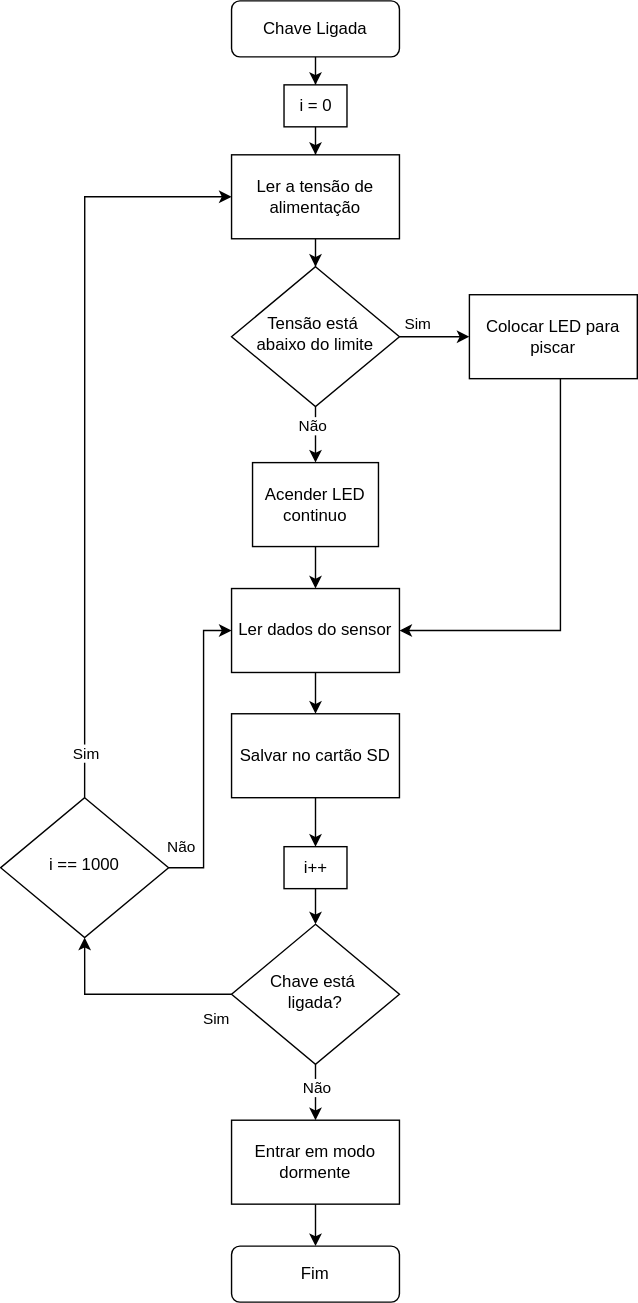
The draw.io diagram projetos/tennistracker/fluxograma_2.svg in teaching-FEEC/ea075-2024.1, before a commit. Source tidied: cells renumbered, new cells last; positions are measured from the earlier drawing's top-left corner, leaving out a move shared by most shapes.
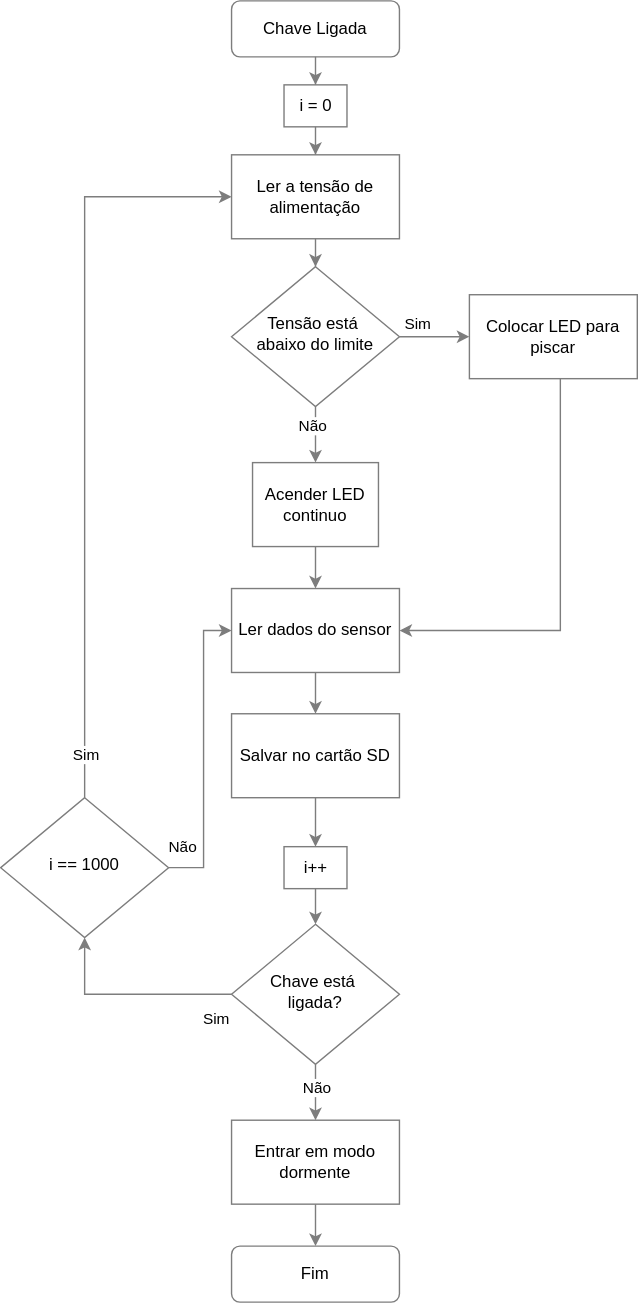
The same file after the commit.

The edit, as a diff of the source:
```diff
@@ -2,13 +2,13 @@
   <root>
     <mxCell id="0" />
     <mxCell id="1" parent="0" />
-    <mxCell id="2" style="edgeStyle=orthogonalEdgeStyle;rounded=0;jettySize=auto;html=1;entryX=0.5;entryY=0;entryDx=0;entryDy=0;" parent="1" edge="1" source="3" target="28">
+    <mxCell id="2" style="edgeStyle=orthogonalEdgeStyle;rounded=0;jettySize=auto;html=1;entryX=0.5;entryY=0;entryDx=0;entryDy=0;strokeColor=#7D7D7D;" parent="1" edge="1" source="3" target="28">
       <mxGeometry relative="1" as="geometry" />
     </mxCell>
-    <mxCell id="3" value="Chave Ligada" style="rounded=1;whiteSpace=wrap;html=1;fontSize=12;glass=0;strokeWidth=1;shadow=0;" parent="1" vertex="1">
+    <mxCell id="3" value="Chave Ligada" style="rounded=1;whiteSpace=wrap;html=1;fontSize=12;glass=0;strokeWidth=1;shadow=0;fillColor=none;strokeColor=#7D7D7D;" parent="1" vertex="1">
       <mxGeometry x="165" width="120" height="40" as="geometry" />
     </mxCell>
-    <mxCell id="4" style="edgeStyle=orthogonalEdgeStyle;rounded=0;jettySize=auto;html=1;entryX=0.5;entryY=0;entryDx=0;entryDy=0;exitX=0.5;exitY=1;exitDx=0;exitDy=0;" parent="1" edge="1" source="8" target="35">
+    <mxCell id="4" style="edgeStyle=orthogonalEdgeStyle;rounded=0;jettySize=auto;html=1;entryX=0.5;entryY=0;entryDx=0;entryDy=0;exitX=0.5;exitY=1;exitDx=0;exitDy=0;strokeColor=#7D7D7D;" parent="1" edge="1" source="8" target="35">
       <mxGeometry relative="1" as="geometry">
         <Array as="points">
           <mxPoint x="225" y="300" />
@@ -21,7 +21,7 @@
         <mxPoint x="-4" y="-9" as="offset" />
       </mxGeometry>
     </mxCell>
-    <mxCell id="6" style="edgeStyle=orthogonalEdgeStyle;rounded=0;jettySize=auto;html=1;entryX=0;entryY=0.5;entryDx=0;entryDy=0;" parent="1" edge="1" source="8" target="14">
+    <mxCell id="6" style="edgeStyle=orthogonalEdgeStyle;rounded=0;jettySize=auto;html=1;entryX=0;entryY=0.5;entryDx=0;entryDy=0;strokeColor=#7D7D7D;" parent="1" edge="1" source="8" target="14">
       <mxGeometry relative="1" as="geometry" />
     </mxCell>
     <mxCell id="7" value="Sim" style="edgeLabel;html=1;align=center;verticalAlign=middle;" parent="6" vertex="1">
@@ -29,38 +29,38 @@
         <mxPoint x="-10" y="-13" as="offset" />
       </mxGeometry>
     </mxCell>
-    <mxCell id="8" value="Tensão &lt;span style=&quot;background-color: initial;&quot;&gt;está&amp;nbsp;&lt;/span&gt;&lt;div&gt;abaixo do limite&lt;/div&gt;" style="rhombus;whiteSpace=wrap;html=1;shadow=0;fontFamily=Helvetica;fontSize=12;align=center;strokeWidth=1;spacing=6;spacingTop=-4;" parent="1" vertex="1">
+    <mxCell id="8" value="Tensão &lt;span style=&quot;background-color: initial;&quot;&gt;está&amp;nbsp;&lt;/span&gt;&lt;div&gt;abaixo do limite&lt;/div&gt;" style="rhombus;whiteSpace=wrap;html=1;shadow=0;fontFamily=Helvetica;fontSize=12;align=center;strokeWidth=1;spacing=6;spacingTop=-4;fillColor=none;strokeColor=#7D7D7D;" parent="1" vertex="1">
       <mxGeometry x="165" y="190" width="120" height="100" as="geometry" />
     </mxCell>
-    <mxCell id="9" style="edgeStyle=orthogonalEdgeStyle;rounded=0;jettySize=auto;html=1;entryX=0.5;entryY=0;entryDx=0;entryDy=0;" parent="1" edge="1" source="10" target="12">
+    <mxCell id="9" style="edgeStyle=orthogonalEdgeStyle;rounded=0;jettySize=auto;html=1;entryX=0.5;entryY=0;entryDx=0;entryDy=0;strokeColor=#7D7D7D;" parent="1" edge="1" source="10" target="12">
       <mxGeometry relative="1" as="geometry" />
     </mxCell>
-    <mxCell id="10" value="Ler dados do sensor" style="rounded=0;whiteSpace=wrap;html=1;" parent="1" vertex="1">
+    <mxCell id="10" value="Ler dados do sensor" style="rounded=0;whiteSpace=wrap;html=1;fillColor=none;strokeColor=#7D7D7D;" parent="1" vertex="1">
       <mxGeometry x="165" y="420" width="120" height="60" as="geometry" />
     </mxCell>
-    <mxCell id="11" style="edgeStyle=orthogonalEdgeStyle;rounded=0;jettySize=auto;html=1;entryX=0.5;entryY=0;entryDx=0;entryDy=0;" parent="1" edge="1" source="12" target="26">
+    <mxCell id="11" style="edgeStyle=orthogonalEdgeStyle;rounded=0;jettySize=auto;html=1;entryX=0.5;entryY=0;entryDx=0;entryDy=0;strokeColor=#7D7D7D;" parent="1" edge="1" source="12" target="26">
       <mxGeometry relative="1" as="geometry" />
     </mxCell>
-    <mxCell id="12" value="Salvar no cartão SD" style="rounded=0;whiteSpace=wrap;html=1;" parent="1" vertex="1">
+    <mxCell id="12" value="Salvar no cartão SD" style="rounded=0;whiteSpace=wrap;html=1;fillColor=none;strokeColor=#7D7D7D;" parent="1" vertex="1">
       <mxGeometry x="165" y="509.5" width="120" height="60" as="geometry" />
     </mxCell>
-    <mxCell id="13" style="edgeStyle=orthogonalEdgeStyle;rounded=0;jettySize=auto;html=1;entryX=1;entryY=0.5;entryDx=0;entryDy=0;" parent="1" edge="1" source="14" target="10">
+    <mxCell id="13" style="edgeStyle=orthogonalEdgeStyle;rounded=0;jettySize=auto;html=1;entryX=1;entryY=0.5;entryDx=0;entryDy=0;strokeColor=#7D7D7D;" parent="1" edge="1" source="14" target="10">
       <mxGeometry relative="1" as="geometry">
         <Array as="points">
           <mxPoint x="400" y="450" />
         </Array>
       </mxGeometry>
     </mxCell>
-    <mxCell id="14" value="Colocar LED para piscar" style="rounded=0;whiteSpace=wrap;html=1;" parent="1" vertex="1">
+    <mxCell id="14" value="Colocar LED para piscar" style="rounded=0;whiteSpace=wrap;html=1;fillColor=none;strokeColor=#7D7D7D;" parent="1" vertex="1">
       <mxGeometry x="335" y="210" width="120" height="60" as="geometry" />
     </mxCell>
-    <mxCell id="15" style="edgeStyle=orthogonalEdgeStyle;rounded=0;jettySize=auto;html=1;" parent="1" edge="1" source="16" target="8">
+    <mxCell id="15" style="edgeStyle=orthogonalEdgeStyle;rounded=0;jettySize=auto;html=1;strokeColor=#7D7D7D;" parent="1" edge="1" source="16" target="8">
       <mxGeometry relative="1" as="geometry" />
     </mxCell>
-    <mxCell id="16" value="Ler a tensão de alimentação" style="rounded=0;whiteSpace=wrap;html=1;" parent="1" vertex="1">
+    <mxCell id="16" value="Ler a tensão de alimentação" style="rounded=0;whiteSpace=wrap;html=1;fillColor=none;strokeColor=#7D7D7D;" parent="1" vertex="1">
       <mxGeometry x="165" y="110" width="120" height="60" as="geometry" />
     </mxCell>
-    <mxCell id="17" style="edgeStyle=orthogonalEdgeStyle;rounded=0;jettySize=auto;html=1;entryX=0.5;entryY=1;entryDx=0;entryDy=0;" parent="1" edge="1" source="21" target="33">
+    <mxCell id="17" style="edgeStyle=orthogonalEdgeStyle;rounded=0;jettySize=auto;html=1;entryX=0.5;entryY=1;entryDx=0;entryDy=0;strokeColor=#7D7D7D;" parent="1" edge="1" source="21" target="33">
       <mxGeometry relative="1" as="geometry">
         <Array as="points">
           <mxPoint x="60" y="710" />
@@ -72,7 +72,7 @@
         <mxPoint x="18" y="14" as="offset" />
       </mxGeometry>
     </mxCell>
-    <mxCell id="19" style="edgeStyle=orthogonalEdgeStyle;rounded=0;jettySize=auto;html=1;entryX=0.5;entryY=0;entryDx=0;entryDy=0;" parent="1" edge="1" source="21" target="23">
+    <mxCell id="19" style="edgeStyle=orthogonalEdgeStyle;rounded=0;jettySize=auto;html=1;entryX=0.5;entryY=0;entryDx=0;entryDy=0;strokeColor=#7D7D7D;" parent="1" edge="1" source="21" target="23">
       <mxGeometry relative="1" as="geometry" />
     </mxCell>
     <mxCell id="20" value="Não" style="edgeLabel;html=1;align=center;verticalAlign=middle;" parent="19" vertex="1">
@@ -80,31 +80,31 @@
         <mxPoint y="3" as="offset" />
       </mxGeometry>
     </mxCell>
-    <mxCell id="21" value="Chave está&amp;nbsp;&lt;div&gt;ligada?&lt;/div&gt;" style="rhombus;whiteSpace=wrap;html=1;shadow=0;fontFamily=Helvetica;fontSize=12;align=center;strokeWidth=1;spacing=6;spacingTop=-4;" parent="1" vertex="1">
+    <mxCell id="21" value="Chave está&amp;nbsp;&lt;div&gt;ligada?&lt;/div&gt;" style="rhombus;whiteSpace=wrap;html=1;shadow=0;fontFamily=Helvetica;fontSize=12;align=center;strokeWidth=1;spacing=6;spacingTop=-4;fillColor=none;strokeColor=#7D7D7D;" parent="1" vertex="1">
       <mxGeometry x="165" y="660" width="120" height="100" as="geometry" />
     </mxCell>
-    <mxCell id="22" style="edgeStyle=orthogonalEdgeStyle;rounded=0;jettySize=auto;html=1;entryX=0.5;entryY=0;entryDx=0;entryDy=0;" parent="1" edge="1" source="23" target="24">
+    <mxCell id="22" style="edgeStyle=orthogonalEdgeStyle;rounded=0;jettySize=auto;html=1;entryX=0.5;entryY=0;entryDx=0;entryDy=0;strokeColor=#7D7D7D;" parent="1" edge="1" source="23" target="24">
       <mxGeometry relative="1" as="geometry" />
     </mxCell>
-    <mxCell id="23" value="Entrar em modo dormente" style="rounded=0;whiteSpace=wrap;html=1;" parent="1" vertex="1">
+    <mxCell id="23" value="Entrar em modo dormente" style="rounded=0;whiteSpace=wrap;html=1;fillColor=none;strokeColor=#7D7D7D;" parent="1" vertex="1">
       <mxGeometry x="165" y="800" width="120" height="60" as="geometry" />
     </mxCell>
-    <mxCell id="24" value="Fim" style="rounded=1;whiteSpace=wrap;html=1;fontSize=12;glass=0;strokeWidth=1;shadow=0;" parent="1" vertex="1">
+    <mxCell id="24" value="Fim" style="rounded=1;whiteSpace=wrap;html=1;fontSize=12;glass=0;strokeWidth=1;shadow=0;fillColor=none;strokeColor=#7D7D7D;" parent="1" vertex="1">
       <mxGeometry x="165" y="890" width="120" height="40" as="geometry" />
     </mxCell>
-    <mxCell id="25" style="edgeStyle=orthogonalEdgeStyle;rounded=0;jettySize=auto;html=1;entryX=0.5;entryY=0;entryDx=0;entryDy=0;" parent="1" edge="1" source="26" target="21">
+    <mxCell id="25" style="edgeStyle=orthogonalEdgeStyle;rounded=0;jettySize=auto;html=1;entryX=0.5;entryY=0;entryDx=0;entryDy=0;strokeColor=#7D7D7D;" parent="1" edge="1" source="26" target="21">
       <mxGeometry relative="1" as="geometry" />
     </mxCell>
-    <mxCell id="26" value="i++" style="rounded=0;whiteSpace=wrap;html=1;" parent="1" vertex="1">
+    <mxCell id="26" value="i++" style="rounded=0;whiteSpace=wrap;html=1;fillColor=none;strokeColor=#7D7D7D;" parent="1" vertex="1">
       <mxGeometry x="202.5" y="604.5" width="45" height="30" as="geometry" />
     </mxCell>
-    <mxCell id="27" style="edgeStyle=orthogonalEdgeStyle;rounded=0;jettySize=auto;html=1;entryX=0.5;entryY=0;entryDx=0;entryDy=0;" parent="1" edge="1" source="28" target="16">
+    <mxCell id="27" style="edgeStyle=orthogonalEdgeStyle;rounded=0;jettySize=auto;html=1;entryX=0.5;entryY=0;entryDx=0;entryDy=0;strokeColor=#7D7D7D;" parent="1" edge="1" source="28" target="16">
       <mxGeometry relative="1" as="geometry" />
     </mxCell>
-    <mxCell id="28" value="i = 0" style="rounded=0;whiteSpace=wrap;html=1;" parent="1" vertex="1">
+    <mxCell id="28" value="i = 0" style="rounded=0;whiteSpace=wrap;html=1;fillColor=none;strokeColor=#7D7D7D;" parent="1" vertex="1">
       <mxGeometry x="202.5" y="60" width="45" height="30" as="geometry" />
     </mxCell>
-    <mxCell id="29" style="edgeStyle=orthogonalEdgeStyle;rounded=0;jettySize=auto;html=1;entryX=0;entryY=0.5;entryDx=0;entryDy=0;exitX=0.5;exitY=0;exitDx=0;exitDy=0;" parent="1" edge="1" source="33" target="16">
+    <mxCell id="29" style="edgeStyle=orthogonalEdgeStyle;rounded=0;jettySize=auto;html=1;entryX=0;entryY=0.5;entryDx=0;entryDy=0;exitX=0.5;exitY=0;exitDx=0;exitDy=0;strokeColor=#7D7D7D;" parent="1" edge="1" source="33" target="16">
       <mxGeometry relative="1" as="geometry">
         <Array as="points">
           <mxPoint x="60" y="140" />
@@ -114,7 +114,7 @@
     <mxCell id="30" value="Sim" style="edgeLabel;html=1;align=center;verticalAlign=middle;" parent="29" vertex="1">
       <mxGeometry x="-0.88" relative="1" as="geometry" />
     </mxCell>
-    <mxCell id="31" style="edgeStyle=orthogonalEdgeStyle;rounded=0;jettySize=auto;html=1;entryX=0;entryY=0.5;entryDx=0;entryDy=0;" parent="1" edge="1" source="33" target="10">
+    <mxCell id="31" style="edgeStyle=orthogonalEdgeStyle;rounded=0;jettySize=auto;html=1;entryX=0;entryY=0.5;entryDx=0;entryDy=0;strokeColor=#7D7D7D;" parent="1" edge="1" source="33" target="10">
       <mxGeometry relative="1" as="geometry">
         <Array as="points">
           <mxPoint x="145" y="620" />
@@ -127,10 +127,10 @@
         <mxPoint x="-9" y="-15" as="offset" />
       </mxGeometry>
     </mxCell>
-    <mxCell id="33" value="i == 1000" style="rhombus;whiteSpace=wrap;html=1;shadow=0;fontFamily=Helvetica;fontSize=12;align=center;strokeWidth=1;spacing=6;spacingTop=-4;" parent="1" vertex="1">
+    <mxCell id="33" value="i == 1000" style="rhombus;whiteSpace=wrap;html=1;shadow=0;fontFamily=Helvetica;fontSize=12;align=center;strokeWidth=1;spacing=6;spacingTop=-4;strokeColor=#7D7D7D;fillColor=none;" parent="1" vertex="1">
       <mxGeometry y="569.5" width="120" height="100" as="geometry" />
     </mxCell>
-    <mxCell id="34" style="edgeStyle=orthogonalEdgeStyle;rounded=0;jettySize=auto;html=1;entryX=0.5;entryY=0;entryDx=0;entryDy=0;" parent="1" edge="1" source="35" target="10">
+    <mxCell id="34" style="edgeStyle=orthogonalEdgeStyle;rounded=0;jettySize=auto;html=1;entryX=0.5;entryY=0;entryDx=0;entryDy=0;strokeColor=#7D7D7D;" parent="1" edge="1" source="35" target="10">
       <mxGeometry relative="1" as="geometry">
         <Array as="points">
           <mxPoint x="225" y="410" />
@@ -138,7 +138,7 @@
         </Array>
       </mxGeometry>
     </mxCell>
-    <mxCell id="35" value="Acender LED continuo" style="whiteSpace=wrap;html=1;" parent="1" vertex="1">
+    <mxCell id="35" value="Acender LED continuo" style="whiteSpace=wrap;html=1;fillColor=none;strokeColor=#7D7D7D;" parent="1" vertex="1">
       <mxGeometry x="180" y="330" width="90" height="60" as="geometry" />
     </mxCell>
   </root>
```
